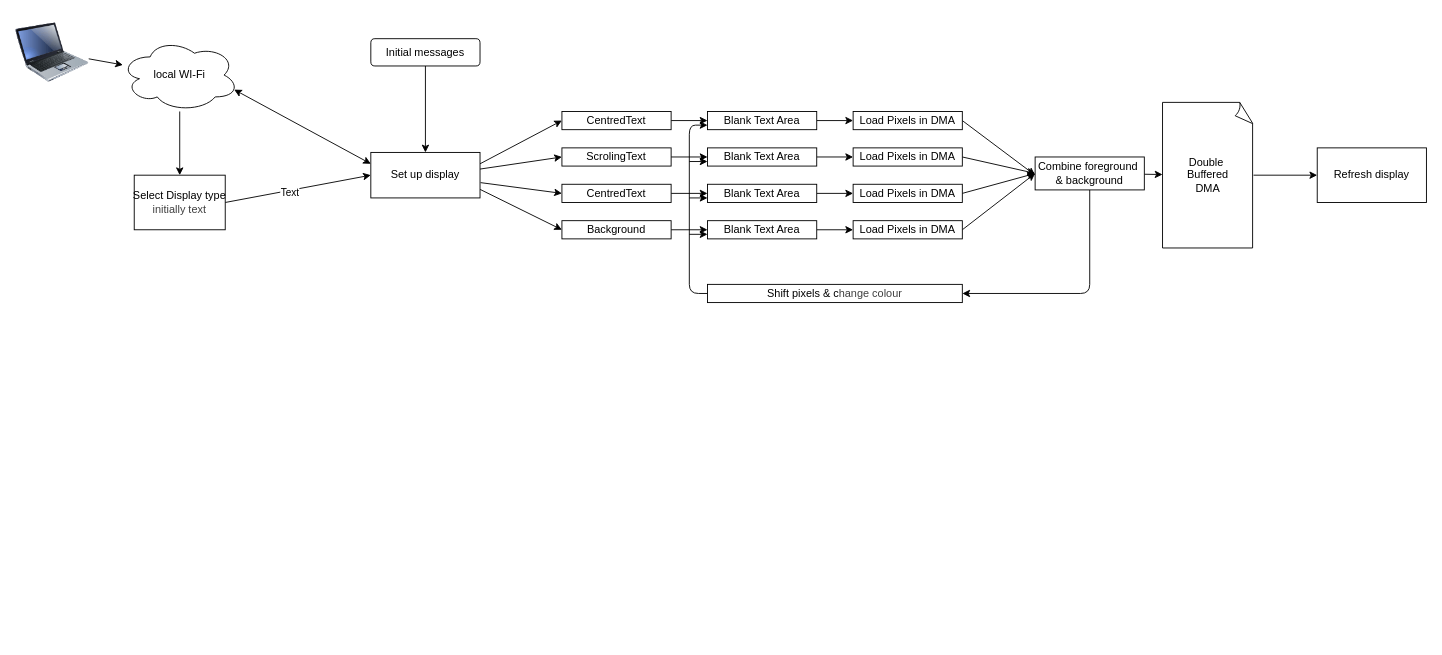
mhavill/MRPMG-Docklands keeps this draw.io diagram as ESP/3_Let's_chat/Code-PIO/ESP32 Server/documentation/Block Diagram.drawio. Above is the earlier version. Source tidied: cells renumbered, new cells numbered last; positions are measured from the earlier drawing's top-left corner, leaving out a move shared by most shapes. Both pictures are drawn from the tidied source at 91%, with x=0, y=0 at pixel (15, 15).
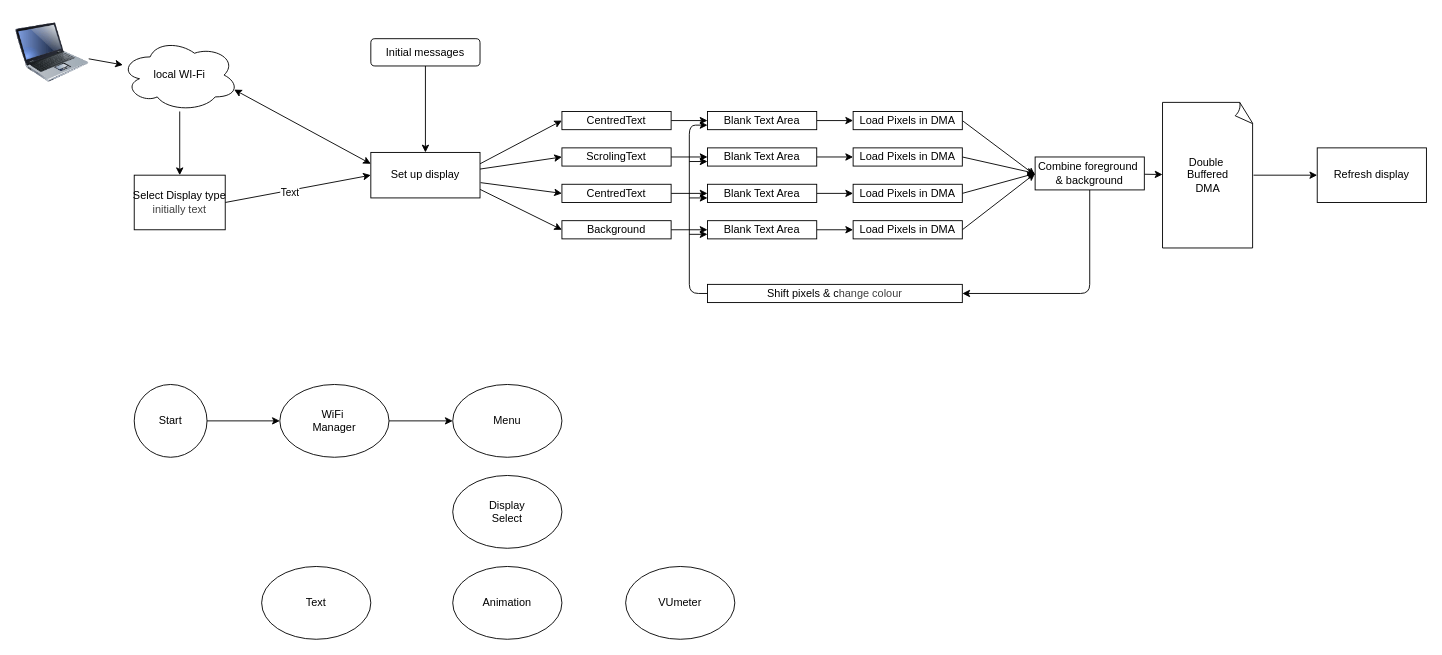
After the change.

Change to the diagram source:
```diff
@@
+    <mxCell id="52" style="edgeStyle=none;html=1;" parent="1" edge="1" source="53" target="55">
+      <mxGeometry relative="1" as="geometry" />
+    </mxCell>
+    <mxCell id="53" value="Start" style="ellipse;whiteSpace=wrap;html=1;" parent="1" vertex="1">
+      <mxGeometry x="130" y="405" width="80" height="80" as="geometry" />
+    </mxCell>
+    <mxCell id="54" style="edgeStyle=none;html=1;" parent="1" edge="1" source="55" target="56">
+      <mxGeometry relative="1" as="geometry" />
+    </mxCell>
+    <mxCell id="55" value="WiFi&amp;nbsp;&lt;div&gt;Manager&lt;/div&gt;" style="ellipse;whiteSpace=wrap;html=1;" parent="1" vertex="1">
+      <mxGeometry x="290" y="405" width="120" height="80" as="geometry" />
+    </mxCell>
+    <mxCell id="56" value="Menu" style="ellipse;whiteSpace=wrap;html=1;" parent="1" vertex="1">
+      <mxGeometry x="480" y="405" width="120" height="80" as="geometry" />
+    </mxCell>
+    <mxCell id="57" value="Text" style="ellipse;whiteSpace=wrap;html=1;" parent="1" vertex="1">
+      <mxGeometry x="270" y="605" width="120" height="80" as="geometry" />
+    </mxCell>
+    <mxCell id="58" value="Animation" style="ellipse;whiteSpace=wrap;html=1;" parent="1" vertex="1">
+      <mxGeometry x="480" y="605" width="120" height="80" as="geometry" />
+    </mxCell>
+    <mxCell id="59" value="VUmeter" style="ellipse;whiteSpace=wrap;html=1;" parent="1" vertex="1">
+      <mxGeometry x="670" y="605" width="120" height="80" as="geometry" />
+    </mxCell>
+    <mxCell id="60" value="Display&lt;div&gt;Select&lt;/div&gt;" style="ellipse;whiteSpace=wrap;html=1;" parent="1" vertex="1">
+      <mxGeometry x="480" y="505" width="120" height="80" as="geometry" />
+    </mxCell>
```
